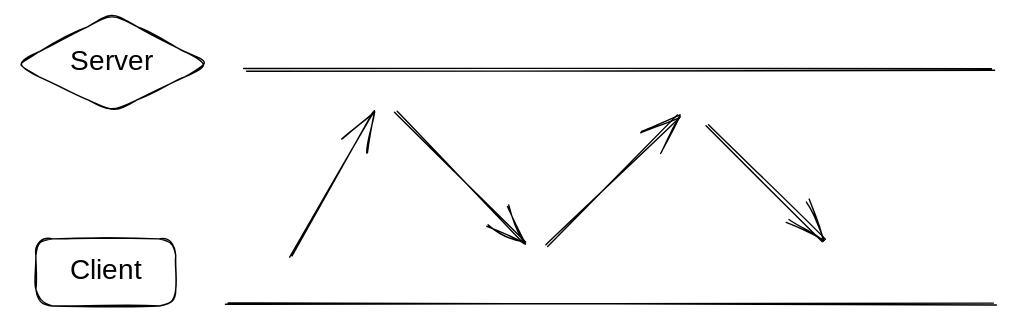
This is .gitbook/assets/file.excalidraw (4).svg from Junnyjun/junlog, a Excalidraw export, as it was before one commit. Source tidied: one line per element, renumbered; positions are measured from the earlier drawing's top-left corner, leaving out a move shared by most shapes.
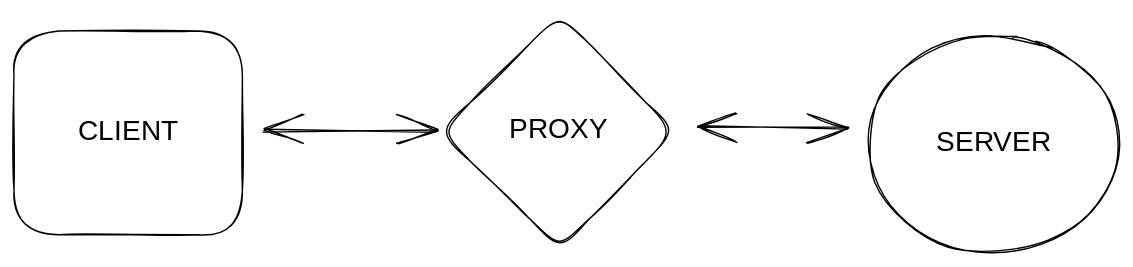
The same file after the commit.

Diff of the diagram source:
```diff
@@ -1,10 +1,8 @@
-{"id": 0, "type": "rectangle", "strokeColor": "#000000", "strokeWidth": 1, "roughness": 1, "round": true, "x": 15, "y": 161, "width": 100, "height": 48}
-{"id": 1, "type": "text", "text": "Client", "strokeColor": "#000000", "strokeWidth": 1, "roughness": 1, "fontSize": 20, "fontFamily": 1, "textAlign": "center", "verticalAlign": "middle", "inside": 0, "x": 37, "y": 172, "width": 56, "height": 26}
-{"id": 2, "type": "diamond", "strokeColor": "#000000", "strokeWidth": 1, "roughness": 1, "round": true, "x": 0, "y": 0, "width": 139, "height": 70}
-{"id": 3, "type": "text", "text": "Server", "strokeColor": "#000000", "strokeWidth": 1, "roughness": 1, "fontSize": 20, "fontFamily": 1, "textAlign": "center", "verticalAlign": "middle", "inside": 2, "x": 38, "y": 22, "width": 64, "height": 26}
-{"id": 4, "type": "line", "strokeColor": "#000000", "strokeWidth": 1, "roughness": 1, "round": true, "x": 164, "y": 40, "width": 535, "height": 0, "points": [[0, 0], [535, 0]]}
-{"id": 5, "type": "line", "strokeColor": "#000000", "strokeWidth": 1, "roughness": 1, "round": true, "x": 151, "y": 207, "width": 550, "height": 0, "points": [[0, 0], [550, 0]]}
-{"id": 6, "type": "arrow", "strokeColor": "#000000", "strokeWidth": 1, "roughness": 1, "endArrowhead": "arrow", "round": true, "x": 198, "y": 174, "width": 60, "height": 104, "points": [[0, 0], [60, -104]]}
-{"id": 7, "type": "arrow", "strokeColor": "#000000", "strokeWidth": 1, "roughness": 1, "endArrowhead": "arrow", "round": true, "x": 272, "y": 70, "width": 94, "height": 94, "points": [[0, 0], [94, 94]]}
-{"id": 8, "type": "arrow", "strokeColor": "#000000", "strokeWidth": 1, "roughness": 1, "endArrowhead": "arrow", "round": true, "x": 381, "y": 166, "width": 94, "height": 94, "points": [[0, 0], [94, -94]]}
-{"id": 9, "type": "arrow", "strokeColor": "#000000", "strokeWidth": 1, "roughness": 1, "endArrowhead": "arrow", "round": true, "x": 495, "y": 79, "width": 83, "height": 83, "points": [[0, 0], [83, 83]]}
+{"id": 10, "type": "rectangle", "strokeColor": "#000000", "strokeWidth": 1, "roughness": 1, "round": true, "x": -200, "y": -11, "width": 163, "height": 146}
+{"id": 11, "type": "text", "text": "CLIENT", "strokeColor": "#000000", "strokeWidth": 1, "roughness": 1, "fontSize": 20, "fontFamily": 1, "textAlign": "center", "verticalAlign": "middle", "inside": 10, "x": -158, "y": 48, "width": 80, "height": 26}
+{"id": 12, "type": "ellipse", "strokeColor": "#000000", "strokeWidth": 1, "roughness": 1, "round": true, "x": 410, "y": -8, "width": 179, "height": 155}
+{"id": 13, "type": "text", "text": "SERVER", "strokeColor": "#000000", "strokeWidth": 1, "roughness": 1, "fontSize": 20, "fontFamily": 1, "textAlign": "center", "verticalAlign": "middle", "inside": 12, "x": 461, "y": 56, "width": 79, "height": 26}
+{"id": 14, "type": "diamond", "strokeColor": "#000000", "strokeWidth": 1, "roughness": 1, "round": true, "x": 105, "y": -23, "width": 168, "height": 167}
+{"id": 15, "type": "text", "text": "PROXY", "strokeColor": "#000000", "strokeWidth": 1, "roughness": 1, "fontSize": 20, "fontFamily": 1, "textAlign": "center", "verticalAlign": "middle", "inside": 14, "x": 156, "y": 47, "width": 66, "height": 26}
+{"id": 16, "type": "arrow", "strokeColor": "#000000", "strokeWidth": 1, "roughness": 1, "startArrowhead": "arrow", "endArrowhead": "arrow", "round": true, "from": 10, "to": 14, "x": -21, "y": 60, "width": 122, "height": 0, "points": [[0, 0], [122, 0]]}
+{"id": 17, "type": "arrow", "strokeColor": "#000000", "strokeWidth": 1, "roughness": 1, "startArrowhead": "arrow", "endArrowhead": "arrow", "round": true, "from": 14, "to": 12, "x": 290, "y": 57, "width": 106, "height": 0, "points": [[0, 0], [106, 0]]}
```
